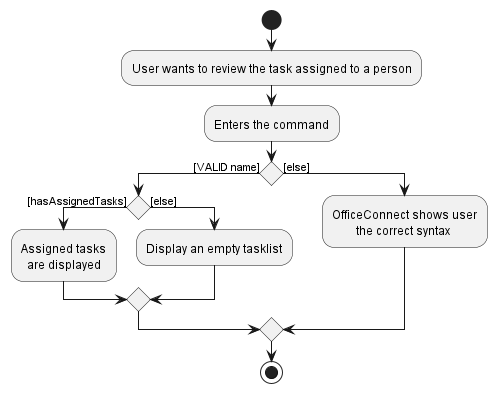
Earlier version of the PlantUML export docs/images/FindActivityDiagram.png (nus-cs2103-AY2223S2/tp).
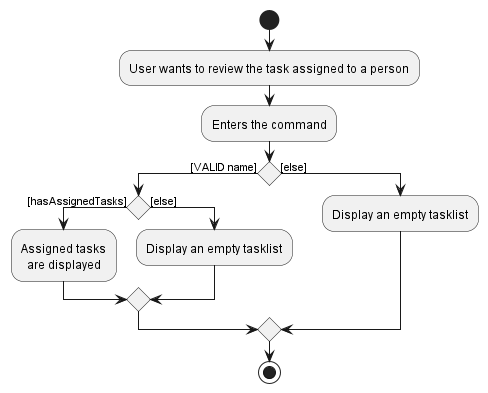
After the commit.

What changed in the source:
```diff
@@ -11,8 +11,7 @@
         :Display an empty tasklist;
     endif
 else ([else])
-    :OfficeConnect shows user
-            the correct syntax;
+    :Display an empty tasklist;
 endif
 
 stop
```
